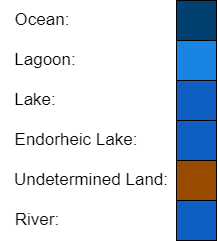
This is images/otherMapColor.png from Sathurshan03/Island-City-Generation-2AA4, a draw.io export, as it was before one commit. Source tidied: cells renumbered, new cells last; positions are measured from the earlier drawing's top-left corner, leaving out a move shared by most shapes. Its diagram source:
```xml
<mxGraphModel>
  <root>
    <mxCell id="0" />
    <mxCell id="1" parent="0" />
    <mxCell id="2" value="&lt;font style=&quot;font-size: 17px;&quot;&gt;Ocean:&lt;/font&gt;" style="text;html=1;strokeColor=none;fillColor=none;align=center;verticalAlign=middle;whiteSpace=wrap;rounded=0;" parent="1" vertex="1">
      <mxGeometry x="7" width="70" height="40" as="geometry" />
    </mxCell>
    <mxCell id="3" style="rounded=0;whiteSpace=wrap;html=1;fillColor=#004172;" parent="1" vertex="1">
      <mxGeometry x="176" width="40" height="40" as="geometry" />
    </mxCell>
    <mxCell id="4" value="&lt;font style=&quot;font-size: 17px;&quot;&gt;Lagoon:&lt;/font&gt;" style="text;html=1;strokeColor=none;fillColor=none;align=center;verticalAlign=middle;whiteSpace=wrap;rounded=0;" parent="1" vertex="1">
      <mxGeometry x="10" y="40" width="70" height="40" as="geometry" />
    </mxCell>
    <mxCell id="5" style="rounded=0;whiteSpace=wrap;html=1;fillColor=#1984E2;" parent="1" vertex="1">
      <mxGeometry x="176" y="40" width="40" height="40" as="geometry" />
    </mxCell>
    <mxCell id="6" value="&lt;font style=&quot;font-size: 17px;&quot;&gt;Lake:&lt;/font&gt;" style="text;html=1;strokeColor=none;fillColor=none;align=center;verticalAlign=middle;whiteSpace=wrap;rounded=0;" parent="1" vertex="1">
      <mxGeometry y="80" width="70" height="40" as="geometry" />
    </mxCell>
    <mxCell id="7" style="rounded=0;whiteSpace=wrap;html=1;fillColor=#0F5EC4;" parent="1" vertex="1">
      <mxGeometry x="176" y="80" width="40" height="40" as="geometry" />
    </mxCell>
    <mxCell id="8" value="&lt;font style=&quot;font-size: 17px;&quot;&gt;Endorheic Lake:&lt;/font&gt;" style="text;html=1;strokeColor=none;fillColor=none;align=center;verticalAlign=middle;whiteSpace=wrap;rounded=0;" parent="1" vertex="1">
      <mxGeometry x="11" y="120" width="130" height="40" as="geometry" />
    </mxCell>
    <mxCell id="9" style="rounded=0;whiteSpace=wrap;html=1;fillColor=#0F5EC4;" parent="1" vertex="1">
      <mxGeometry x="176" y="120" width="40" height="40" as="geometry" />
    </mxCell>
    <mxCell id="10" value="&lt;font style=&quot;font-size: 17px;&quot;&gt;Undetermined Land:&lt;/font&gt;" style="text;html=1;strokeColor=none;fillColor=none;align=center;verticalAlign=middle;whiteSpace=wrap;rounded=0;" parent="1" vertex="1">
      <mxGeometry x="6" y="160" width="170" height="40" as="geometry" />
    </mxCell>
    <mxCell id="11" style="rounded=0;whiteSpace=wrap;html=1;fillColor=#994C00;" parent="1" vertex="1">
      <mxGeometry x="176" y="160" width="40" height="40" as="geometry" />
    </mxCell>
    <mxCell id="12" value="&lt;font style=&quot;font-size: 17px;&quot;&gt;River:&lt;/font&gt;" style="text;html=1;strokeColor=none;fillColor=none;align=center;verticalAlign=middle;whiteSpace=wrap;rounded=0;" parent="1" vertex="1">
      <mxGeometry x="2" y="200" width="70" height="40" as="geometry" />
    </mxCell>
    <mxCell id="13" style="rounded=0;whiteSpace=wrap;html=1;fillColor=#0F5EC4;" parent="1" vertex="1">
      <mxGeometry x="176" y="200" width="40" height="40" as="geometry" />
    </mxCell>
  </root>
</mxGraphModel>
```
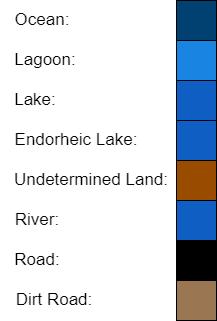
The same file after the commit.

Diff of the diagram source:
```diff
@@ -38,5 +38,17 @@
     <mxCell id="13" style="rounded=0;whiteSpace=wrap;html=1;fillColor=#0F5EC4;" parent="1" vertex="1">
       <mxGeometry x="176" y="200" width="40" height="40" as="geometry" />
     </mxCell>
+    <mxCell id="14" value="&lt;font style=&quot;font-size: 17px;&quot;&gt;Road:&lt;/font&gt;" style="text;html=1;strokeColor=none;fillColor=none;align=center;verticalAlign=middle;whiteSpace=wrap;rounded=0;" parent="1" vertex="1">
+      <mxGeometry x="2" y="240" width="70" height="40" as="geometry" />
+    </mxCell>
+    <mxCell id="15" value="&lt;font style=&quot;font-size: 17px;&quot;&gt;Dirt Road:&lt;/font&gt;" style="text;html=1;strokeColor=none;fillColor=none;align=center;verticalAlign=middle;whiteSpace=wrap;rounded=0;" parent="1" vertex="1">
+      <mxGeometry x="2" y="280" width="104" height="40" as="geometry" />
+    </mxCell>
+    <mxCell id="16" style="rounded=0;whiteSpace=wrap;html=1;fillColor=#000000;" parent="1" vertex="1">
+      <mxGeometry x="176" y="240" width="40" height="40" as="geometry" />
+    </mxCell>
+    <mxCell id="17" style="rounded=0;whiteSpace=wrap;html=1;fillColor=#9b7653;" parent="1" vertex="1">
+      <mxGeometry x="176" y="280" width="40" height="40" as="geometry" />
+    </mxCell>
   </root>
 </mxGraphModel>
```
